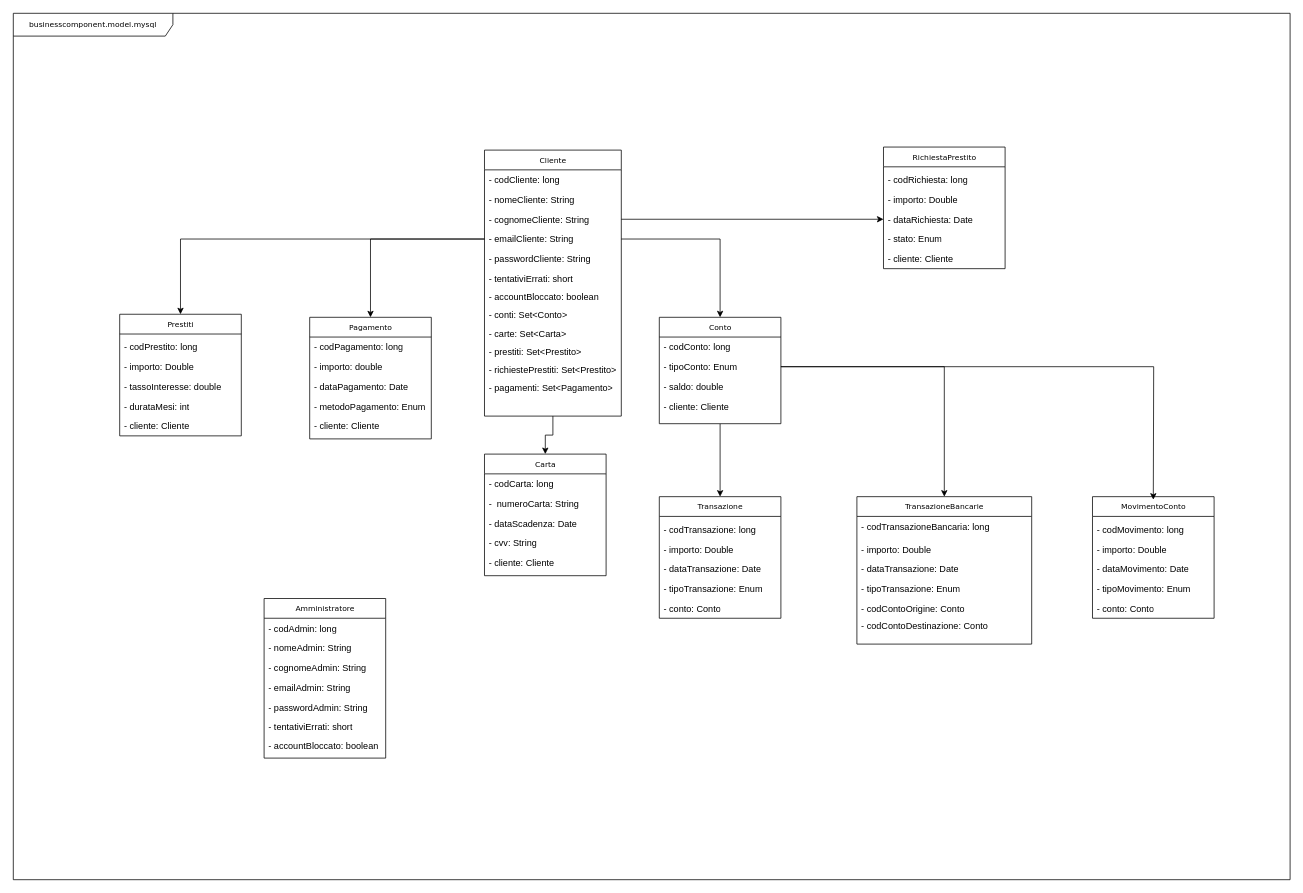
Earlier version of the draw.io diagram page "modelMysql" (1 of 4) of DiagrammaCalssi.drawio (davide-vigano-tas/applicazione-bancaria). Source tidied: cells renumbered, new cells numbered last; positions are measured from the earlier drawing's top-left corner, leaving out a move shared by most shapes. Both pictures are drawn from the tidied source at 76%, with x=0, y=0 at pixel (13, 13).
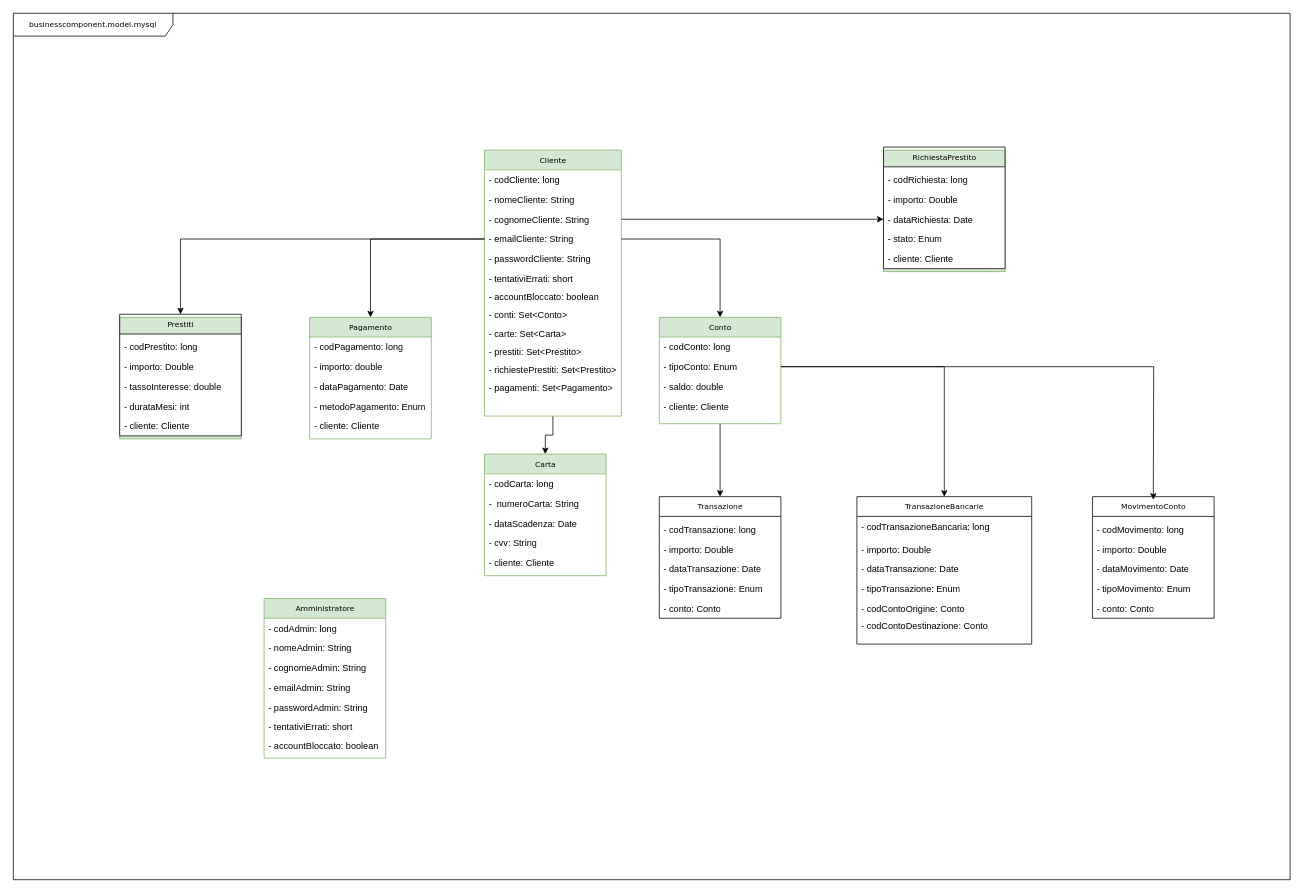
After the change.

Commit message:
Update  classi fatte

The edit, as a diff of the source:
```diff
@@
-    <mxCell id="3" value="Amministratore" style="swimlane;html=1;fontStyle=0;horizontal=1;startSize=26;fillColor=none;swimlaneFillColor=#ffffff;rounded=0;shadow=0;comic=0;labelBackgroundColor=none;strokeWidth=1;fontFamily=Verdana;fontSize=10;align=center;" parent="1" vertex="1">
+    <mxCell id="3" value="Amministratore" style="swimlane;html=1;fontStyle=0;horizontal=1;startSize=26;fillColor=#d5e8d4;swimlaneFillColor=#ffffff;rounded=0;shadow=0;comic=0;labelBackgroundColor=none;strokeWidth=1;fontFamily=Verdana;fontSize=10;align=center;strokeColor=#82b366;" parent="1" vertex="1">
       <mxGeometry x="330" y="770" width="160" height="210" as="geometry" />
     </mxCell>
@@
-    <mxCell id="12" value="Cliente" style="swimlane;html=1;fontStyle=0;horizontal=1;startSize=26;fillColor=none;swimlaneFillColor=#ffffff;rounded=0;shadow=0;comic=0;labelBackgroundColor=none;strokeWidth=1;fontFamily=Verdana;fontSize=10;align=center;" parent="1" vertex="1">
+    <mxCell id="12" value="Cliente" style="swimlane;html=1;fontStyle=0;horizontal=1;startSize=26;fillColor=#d5e8d4;swimlaneFillColor=#ffffff;rounded=0;shadow=0;comic=0;labelBackgroundColor=none;strokeWidth=1;fontFamily=Verdana;fontSize=10;align=center;strokeColor=#82b366;" parent="1" vertex="1">
       <mxGeometry x="620" y="180" width="180" height="350" as="geometry" />
     </mxCell>
@@
-    <mxCell id="26" value="Conto" style="swimlane;html=1;fontStyle=0;horizontal=1;startSize=26;fillColor=none;swimlaneFillColor=#ffffff;rounded=0;shadow=0;comic=0;labelBackgroundColor=none;strokeWidth=1;fontFamily=Verdana;fontSize=10;align=center;" parent="1" vertex="1">
+    <mxCell id="26" value="Conto" style="swimlane;html=1;fontStyle=0;horizontal=1;startSize=26;fillColor=#d5e8d4;swimlaneFillColor=#ffffff;rounded=0;shadow=0;comic=0;labelBackgroundColor=none;strokeWidth=1;fontFamily=Verdana;fontSize=10;align=center;strokeColor=#82b366;" parent="1" vertex="1">
       <mxGeometry x="850" y="400" width="160" height="140" as="geometry" />
     </mxCell>
@@
-    <mxCell id="39" value="Carta" style="swimlane;html=1;fontStyle=0;horizontal=1;startSize=26;fillColor=none;swimlaneFillColor=#ffffff;rounded=0;shadow=0;comic=0;labelBackgroundColor=none;strokeWidth=1;fontFamily=Verdana;fontSize=10;align=center;" parent="1" vertex="1">
+    <mxCell id="39" value="Carta" style="swimlane;html=1;fontStyle=0;horizontal=1;startSize=26;fillColor=#d5e8d4;swimlaneFillColor=#ffffff;rounded=0;shadow=0;comic=0;labelBackgroundColor=none;strokeWidth=1;fontFamily=Verdana;fontSize=10;align=center;strokeColor=#82b366;" parent="1" vertex="1">
       <mxGeometry x="620" y="580" width="160" height="160" as="geometry" />
     </mxCell>
@@
-    <mxCell id="45" value="Pagamento" style="swimlane;html=1;fontStyle=0;horizontal=1;startSize=26;fillColor=none;swimlaneFillColor=#ffffff;rounded=0;shadow=0;comic=0;labelBackgroundColor=none;strokeWidth=1;fontFamily=Verdana;fontSize=10;align=center;" parent="1" vertex="1">
+    <mxCell id="45" value="Pagamento" style="swimlane;html=1;fontStyle=0;horizontal=1;startSize=26;fillColor=#d5e8d4;swimlaneFillColor=#ffffff;rounded=0;shadow=0;comic=0;labelBackgroundColor=none;strokeWidth=1;fontFamily=Verdana;fontSize=10;align=center;strokeColor=#82b366;" parent="1" vertex="1">
       <mxGeometry x="390" y="400" width="160" height="160" as="geometry" />
     </mxCell>
@@
-    <mxCell id="51" style="group;" parent="1" vertex="1">
+    <mxCell id="51" style="group;fillColor=#d5e8d4;strokeColor=#82b366;" parent="1" vertex="1">
       <mxGeometry x="140" y="400" width="160" height="160" as="geometry" />
     </mxCell>
@@
-    <mxCell id="77" style="group;" parent="1" vertex="1">
+    <mxCell id="77" style="group;fillColor=#d5e8d4;strokeColor=#82b366;" parent="1" vertex="1">
       <mxGeometry x="1145" y="180" width="160" height="160" as="geometry" />
     </mxCell>
```
